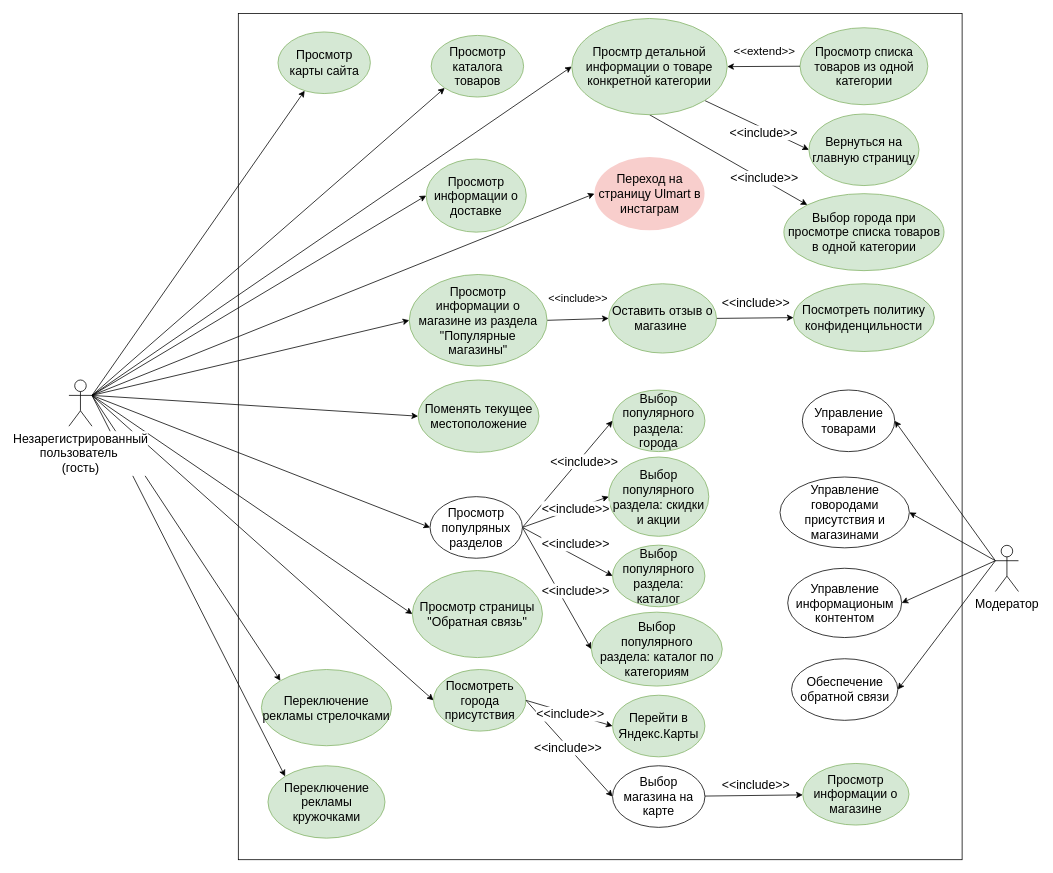
AnastasiyaSmirnova/TPO_lab3 keeps this draw.io diagram as page "Page-2" (2 of 2) of inf/use-case.drawio. Above is the earlier version. Source tidied: cells renumbered, new cells numbered last; positions are measured from the earlier drawing's top-left corner, leaving out a move shared by most shapes. Both pictures are drawn from the tidied source at 77%, with x=0, y=0 at pixel (69, 13).
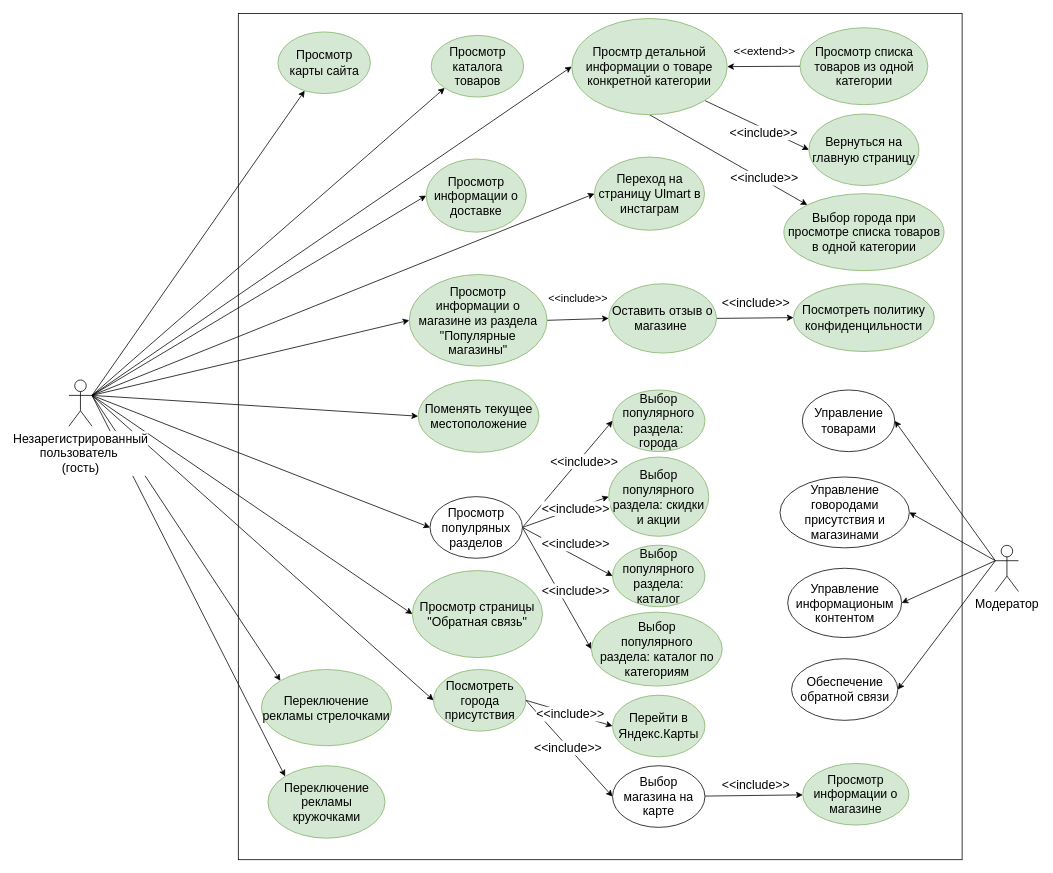
The same page after the edit.

Diff of the diagram source:
```diff
@@
-    <mxCell id="40" value="Переход на страницу Ulmart в инстаграм" style="ellipse;whiteSpace=wrap;html=1;fillColor=#f8cecc;fontSize=16;strokeColor=none;" parent="1" vertex="1">
+    <mxCell id="40" value="Переход на страницу Ulmart в инстаграм" style="ellipse;whiteSpace=wrap;html=1;fillColor=#d5e8d4;fontSize=16;strokeColor=#82b366;" parent="1" vertex="1">
       <mxGeometry x="682.5" y="186.5" width="143" height="95" as="geometry" />
     </mxCell>
```
